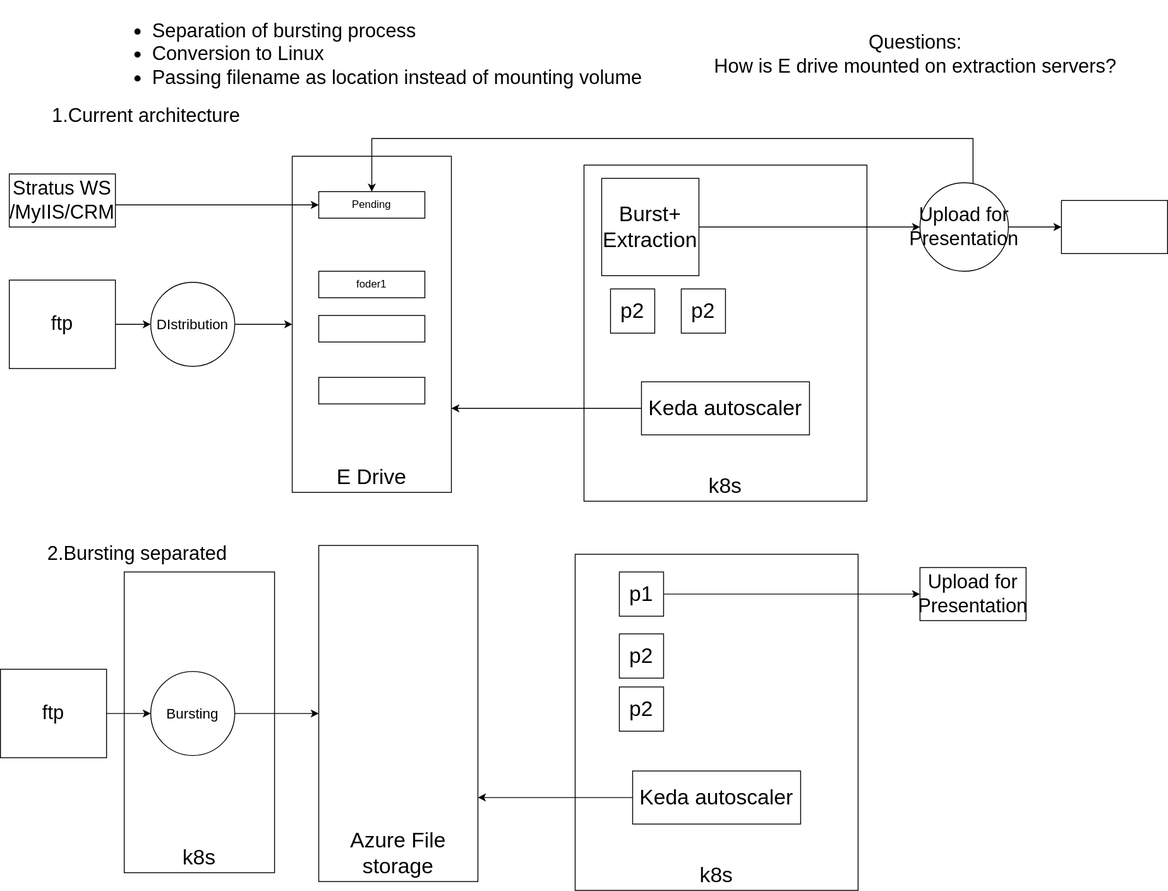
Earlier version of the draw.io export pdfextractk8s.svg (vjavle/invoicecloud). Source tidied: cells renumbered, new cells last; positions are measured from the earlier drawing's top-left corner, leaving out a move shared by most shapes.
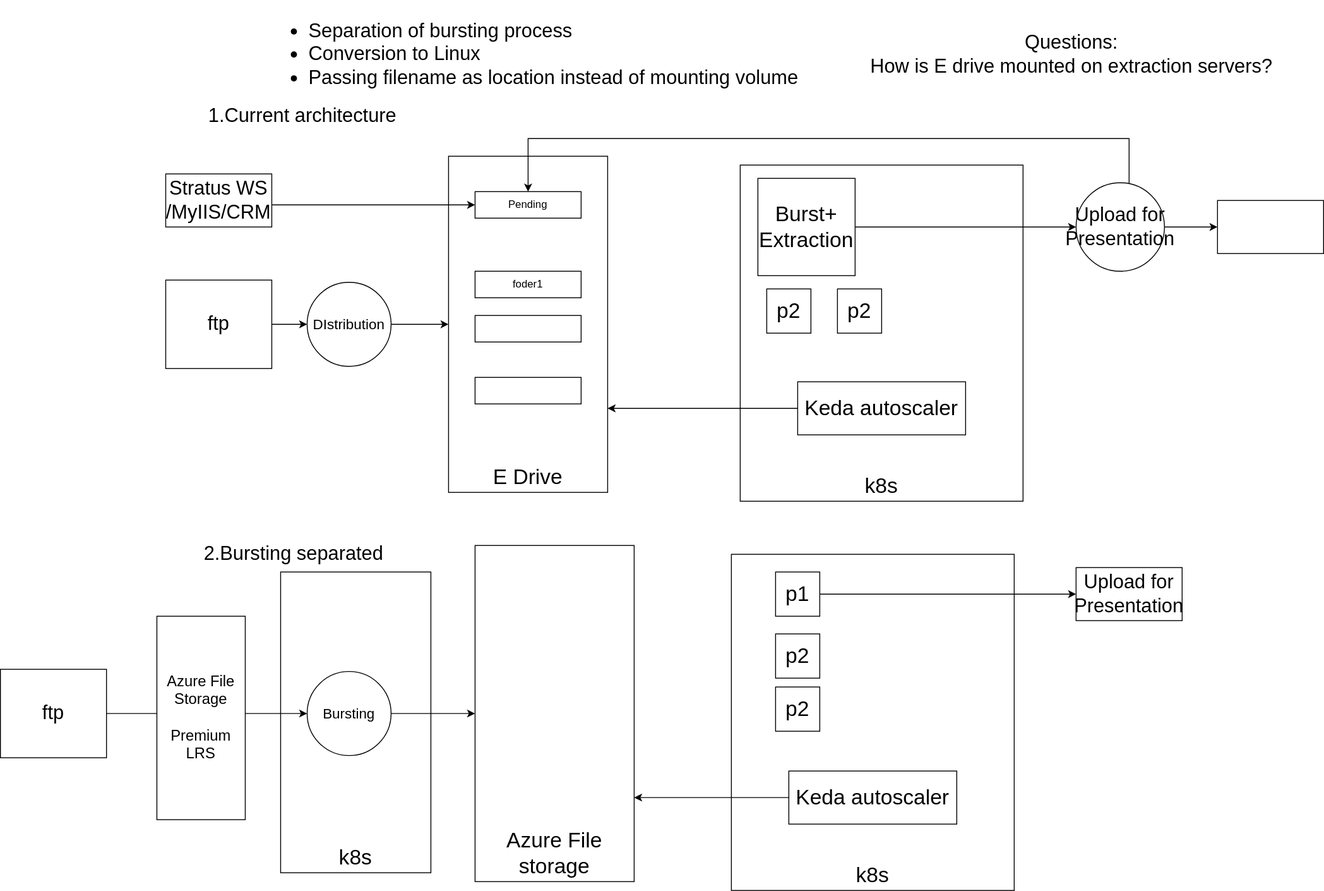
The same diagram one commit later.

Change to the diagram source:
```diff
@@ -74,7 +74,7 @@
       <mxGeometry relative="1" as="geometry" />
     </mxCell>
     <mxCell id="24" value="ftp" style="rounded=0;whiteSpace=wrap;html=1;fontSize=22;" parent="1" vertex="1">
-      <mxGeometry y="710" width="120" height="100" as="geometry" />
+      <mxGeometry x="-177" y="710" width="120" height="100" as="geometry" />
     </mxCell>
     <mxCell id="25" style="edgeStyle=orthogonalEdgeStyle;rounded=0;jettySize=auto;html=1;fontSize=22;" parent="1" edge="1" source="26" target="22">
       <mxGeometry relative="1" as="geometry" />
@@ -132,5 +132,8 @@
     <mxCell id="41" value="Questions:&lt;br&gt;How is E drive mounted on extraction servers?" style="text;html=1;strokeColor=none;fillColor=none;align=center;verticalAlign=middle;whiteSpace=wrap;rounded=0;fontSize=22;" parent="1" vertex="1">
       <mxGeometry x="800" width="470" height="30" as="geometry" />
     </mxCell>
+    <mxCell id="42" value="Azure File Storage&lt;br style=&quot;font-size: 17px;&quot;&gt;&lt;br style=&quot;font-size: 17px;&quot;&gt;Premium&lt;br style=&quot;font-size: 17px;&quot;&gt;LRS" style="rounded=0;whiteSpace=wrap;html=1;fontSize=17;" parent="1" vertex="1">
+      <mxGeometry y="650" width="100" height="230" as="geometry" />
+    </mxCell>
   </root>
 </mxGraphModel>
```
